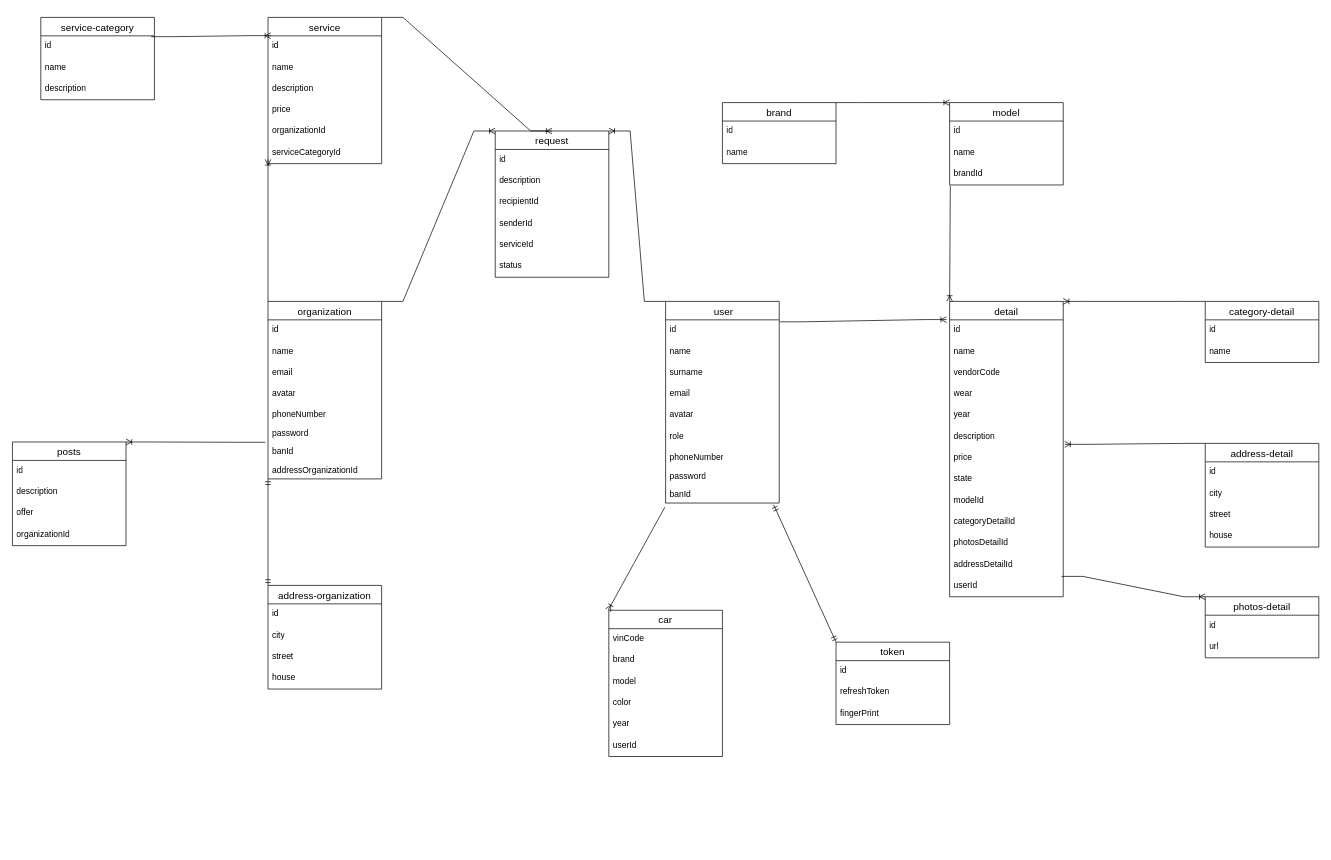
The draw.io diagram page "Страница — 2" (2 of 2) of server/assets/schema-db.drawio in basharinandrej/cars, before the edit. Source tidied: cells renumbered, new cells numbered last; positions are measured from the earlier drawing's top-left corner, leaving out a move shared by most shapes. Both pictures are drawn from the tidied source at 71%, with x=0, y=0 at pixel (12, 17).
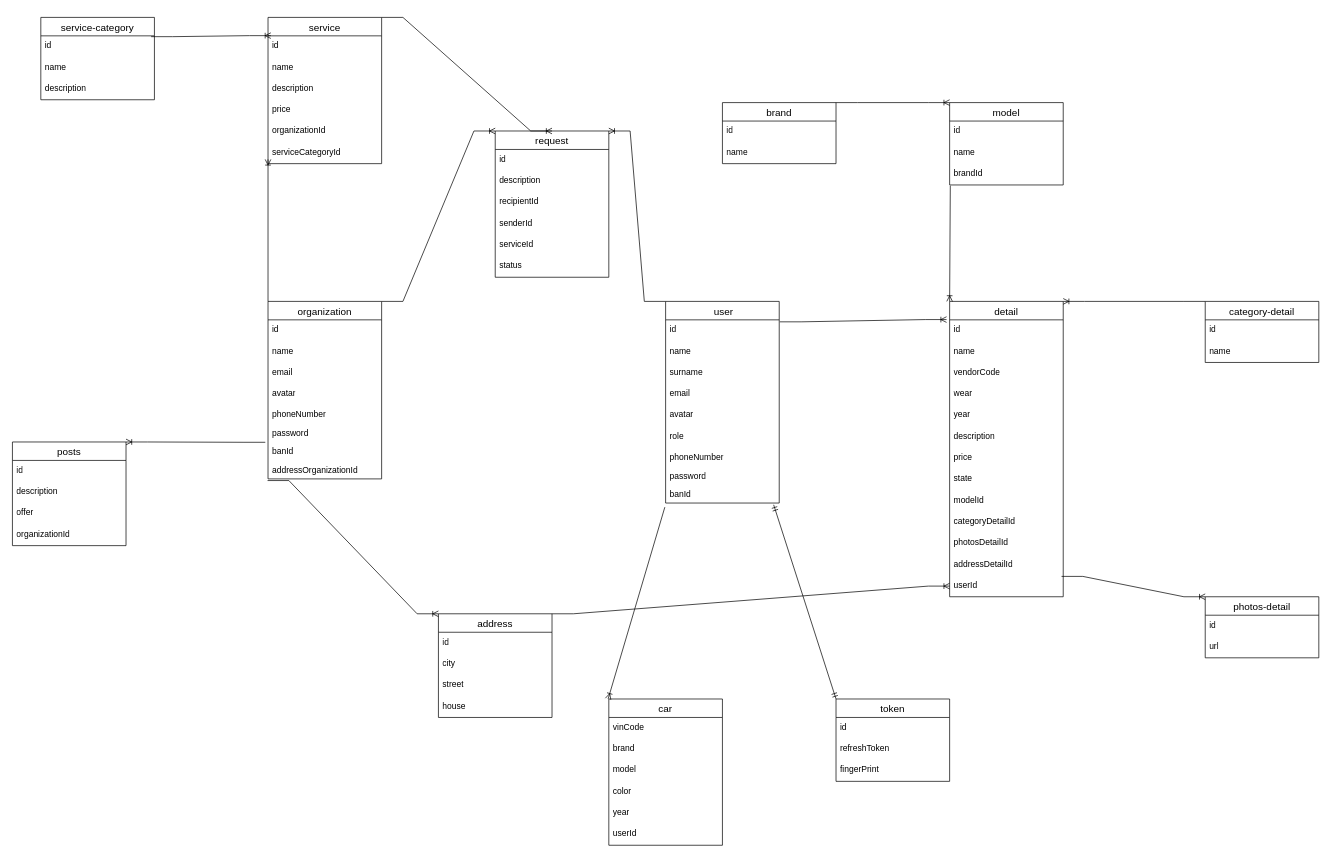
The same page after the edit.

Unchanged cells that the change refers to:
```xml
<mxCell id="19" value="description" style="text;strokeColor=none;fillColor=none;spacingLeft=4;spacingRight=4;overflow=hidden;points=[[0,0.5],[1,0.5]];portConstraint=eastwest;fontSize=12;whiteSpace=wrap;html=1;" parent="13" vertex="1">
  <mxGeometry y="176" width="160" height="30" as="geometry" />
</mxCell>
<mxCell id="26" value="userId" style="text;strokeColor=none;fillColor=none;spacingLeft=4;spacingRight=4;overflow=hidden;points=[[0,0.5],[1,0.5]];portConstraint=eastwest;fontSize=12;whiteSpace=wrap;html=1;" parent="13" vertex="1">
  <mxGeometry y="386" width="160" height="30" as="geometry" />
</mxCell>
<mxCell id="58" value="addressOrganizationId" style="text;strokeColor=none;fillColor=none;spacingLeft=4;spacingRight=4;overflow=hidden;points=[[0,0.5],[1,0.5]];portConstraint=eastwest;fontSize=12;whiteSpace=wrap;html=1;" parent="50" vertex="1">
  <mxGeometry y="224" width="160" height="26" as="geometry" />
</mxCell>
```

Change to the diagram source:
```diff
@@
-    <mxCell id="29" value="address-detail" style="swimlane;fontStyle=0;horizontal=1;startSize=26;align=center;fontSize=14;" parent="1" vertex="1">
-      <mxGeometry x="1680" y="600" width="160" height="146" as="geometry" />
+    <mxCell id="29" value="address" style="swimlane;fontStyle=0;horizontal=1;startSize=26;align=center;fontSize=14;" parent="1" vertex="1">
+      <mxGeometry x="600" y="840" width="160" height="146" as="geometry" />
     </mxCell>
@@
-    <mxCell id="34" style="edgeStyle=entityRelationEdgeStyle;fontSize=12;html=1;endArrow=ERoneToMany;rounded=0;entryX=1.013;entryY=0.845;entryDx=0;entryDy=0;entryPerimeter=0;exitX=0;exitY=0;exitDx=0;exitDy=0;" parent="1" edge="1" source="29" target="19">
-      <mxGeometry relative="1" as="geometry" />
-    </mxCell>
@@
-    <mxCell id="59" value="address-organization" style="swimlane;fontStyle=0;horizontal=1;startSize=26;align=center;fontSize=14;" parent="1" vertex="1">
-      <mxGeometry x="360" y="800" width="160" height="146" as="geometry" />
-    </mxCell>
-    <mxCell id="60" value="id" style="text;strokeColor=none;fillColor=none;spacingLeft=4;spacingRight=4;overflow=hidden;fontSize=12;whiteSpace=wrap;html=1;" parent="59" vertex="1">
-      <mxGeometry y="26" width="160" height="30" as="geometry" />
-    </mxCell>
-    <mxCell id="61" value="city" style="text;strokeColor=none;fillColor=none;spacingLeft=4;spacingRight=4;overflow=hidden;fontSize=12;whiteSpace=wrap;html=1;" parent="59" vertex="1">
-      <mxGeometry y="56" width="160" height="30" as="geometry" />
-    </mxCell>
-    <mxCell id="62" value="street" style="text;strokeColor=none;fillColor=none;spacingLeft=4;spacingRight=4;overflow=hidden;fontSize=12;whiteSpace=wrap;html=1;" parent="59" vertex="1">
-      <mxGeometry y="86" width="160" height="30" as="geometry" />
-    </mxCell>
-    <mxCell id="63" value="house" style="text;strokeColor=none;fillColor=none;spacingLeft=4;spacingRight=4;overflow=hidden;fontSize=12;whiteSpace=wrap;html=1;" parent="59" vertex="1">
-      <mxGeometry y="116" width="160" height="30" as="geometry" />
-    </mxCell>
-    <mxCell id="64" style="fontSize=12;html=1;endArrow=ERmandOne;startArrow=ERmandOne;rounded=0;exitX=0;exitY=0;exitDx=0;exitDy=0;" parent="1" edge="1" source="59">
-      <mxGeometry relative="1" as="geometry">
-        <mxPoint x="360" y="650" as="targetPoint" />
-      </mxGeometry>
-    </mxCell>
@@
     <mxCell id="94" value="car" style="swimlane;fontStyle=0;horizontal=1;startSize=26;align=center;fontSize=14;" parent="1" vertex="1">
-      <mxGeometry x="840" y="835" width="160" height="206" as="geometry" />
+      <mxGeometry x="840" y="960" width="160" height="206" as="geometry" />
     </mxCell>
@@
     <mxCell id="102" value="token" style="swimlane;fontStyle=0;horizontal=1;startSize=26;align=center;fontSize=14;" parent="1" vertex="1">
-      <mxGeometry x="1160" y="880" width="160" height="116" as="geometry" />
+      <mxGeometry x="1160" y="960" width="160" height="116" as="geometry" />
     </mxCell>
@@
+    <mxCell id="107" style="edgeStyle=entityRelationEdgeStyle;fontSize=12;html=1;endArrow=ERoneToMany;rounded=0;exitX=1;exitY=0;exitDx=0;exitDy=0;entryX=0;entryY=0.5;entryDx=0;entryDy=0;" parent="1" edge="1" source="29" target="26">
+      <mxGeometry relative="1" as="geometry" />
+    </mxCell>
+    <mxCell id="108" style="edgeStyle=entityRelationEdgeStyle;fontSize=12;html=1;endArrow=ERoneToMany;rounded=0;exitX=-0.004;exitY=1.09;exitDx=0;exitDy=0;entryX=0;entryY=0;entryDx=0;entryDy=0;exitPerimeter=0;" parent="1" edge="1" source="58" target="29">
+      <mxGeometry relative="1" as="geometry" />
+    </mxCell>
```
